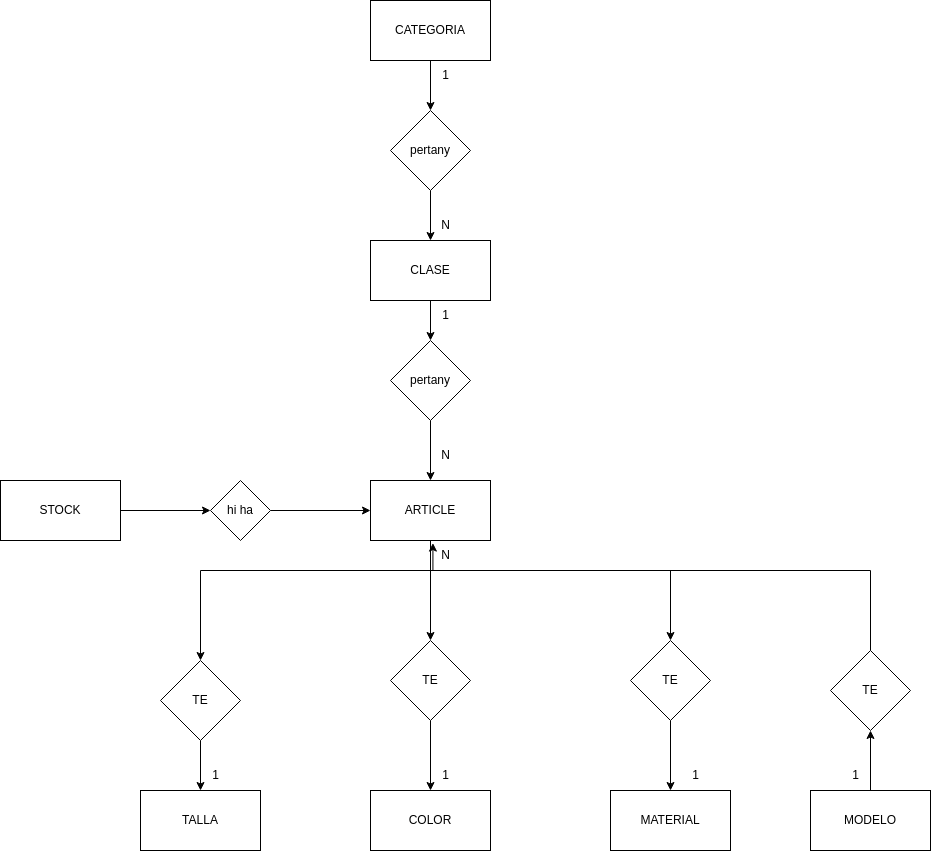
Earlier version of the draw.io export M02UF2-A8/E/R.drawio.png (laasso/BBDD_SQL). Source tidied: cells renumbered, new cells last; positions are measured from the earlier drawing's top-left corner, leaving out a move shared by most shapes.
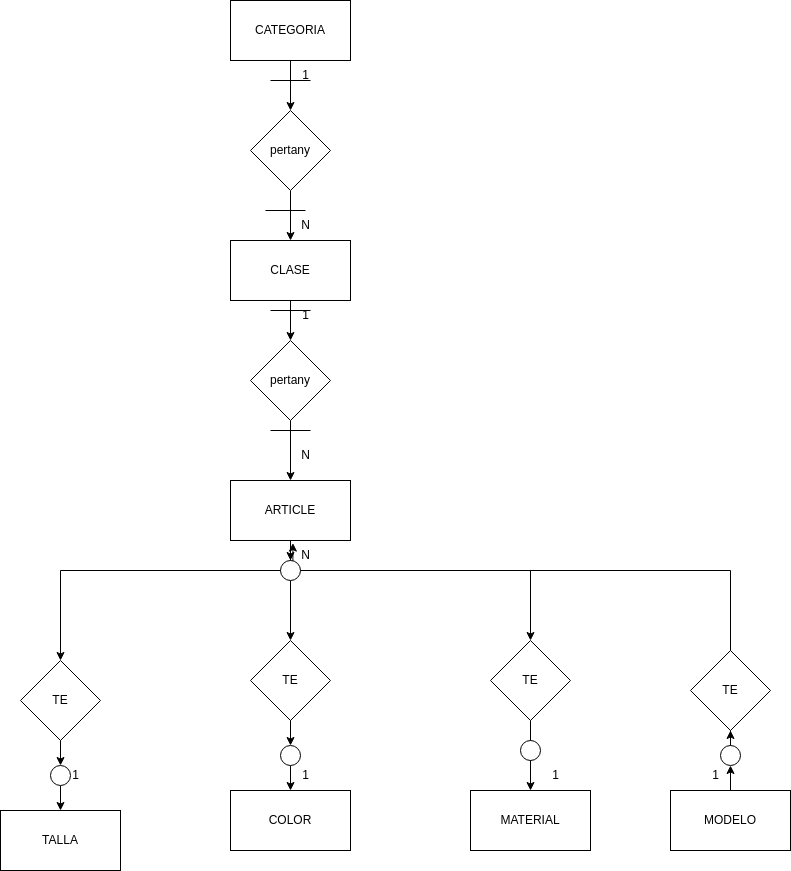
The same file after the commit.

What changed in the source:
```diff
@@ -26,7 +26,7 @@
     <mxCell id="9" value="N" style="text;html=1;align=center;verticalAlign=middle;strokeColor=none;fillColor=none;" parent="1" vertex="1">
       <mxGeometry x="430" y="210" width="30" height="30" as="geometry" />
     </mxCell>
-    <mxCell id="10" style="edgeStyle=orthogonalEdgeStyle;rounded=0;jettySize=auto;html=1;" parent="1" edge="1" source="13" target="24">
+    <mxCell id="10" style="edgeStyle=orthogonalEdgeStyle;rounded=0;jettySize=auto;html=1;" parent="1" edge="1" source="49" target="24">
       <mxGeometry relative="1" as="geometry" />
     </mxCell>
     <mxCell id="11" style="edgeStyle=orthogonalEdgeStyle;rounded=0;jettySize=auto;html=1;" parent="1" edge="1" source="13" target="28">
@@ -61,7 +61,7 @@
       <mxGeometry x="430" y="440" width="30" height="30" as="geometry" />
     </mxCell>
     <mxCell id="18" value="TALLA" style="whiteSpace=wrap;html=1;" parent="1" vertex="1">
-      <mxGeometry x="140" y="790" width="120" height="60" as="geometry" />
+      <mxGeometry x="140" y="810" width="120" height="60" as="geometry" />
     </mxCell>
     <mxCell id="19" value="COLOR" style="whiteSpace=wrap;html=1;" parent="1" vertex="1">
       <mxGeometry x="370" y="790" width="120" height="60" as="geometry" />
@@ -69,13 +69,7 @@
     <mxCell id="20" value="MATERIAL" style="whiteSpace=wrap;html=1;" parent="1" vertex="1">
       <mxGeometry x="610" y="790" width="120" height="60" as="geometry" />
     </mxCell>
-    <mxCell id="21" style="edgeStyle=orthogonalEdgeStyle;rounded=0;jettySize=auto;html=1;entryX=0;entryY=0.5;entryDx=0;entryDy=0;" parent="1" edge="1" source="22" target="34">
-      <mxGeometry relative="1" as="geometry" />
-    </mxCell>
-    <mxCell id="22" value="STOCK" style="whiteSpace=wrap;html=1;" parent="1" vertex="1">
-      <mxGeometry y="480" width="120" height="60" as="geometry" />
-    </mxCell>
-    <mxCell id="23" style="edgeStyle=orthogonalEdgeStyle;rounded=0;jettySize=auto;html=1;" parent="1" edge="1" source="24" target="19">
+    <mxCell id="23" style="edgeStyle=orthogonalEdgeStyle;rounded=0;jettySize=auto;html=1;" parent="1" edge="1" source="44" target="19">
       <mxGeometry relative="1" as="geometry" />
     </mxCell>
     <mxCell id="24" value="TE" style="rhombus;whiteSpace=wrap;html=1;" parent="1" vertex="1">
@@ -87,9 +81,9 @@
     <mxCell id="26" value="TE" style="rhombus;whiteSpace=wrap;html=1;" parent="1" vertex="1">
       <mxGeometry x="630" y="640" width="80" height="80" as="geometry" />
     </mxCell>
-    <mxCell id="27" style="edgeStyle=orthogonalEdgeStyle;rounded=0;jettySize=auto;html=1;" parent="1" edge="1" source="28" target="18">
-      <mxGeometry relative="1" as="geometry" />
-    </mxCell>
+    <mxCell id="40" style="edgeStyle=orthogonalEdgeStyle;rounded=0;jettySize=auto;html=1;entryX=0.5;entryY=0;entryDx=0;entryDy=0;" parent="1" edge="1" source="42" target="18">
+      <mxGeometry relative="1" as="geometry" />
+    </mxCell>
     <mxCell id="28" value="TE" style="rhombus;whiteSpace=wrap;html=1;" parent="1" vertex="1">
       <mxGeometry x="160" y="660" width="80" height="80" as="geometry" />
     </mxCell>
@@ -105,13 +99,7 @@
     <mxCell id="32" value="1" style="text;html=1;align=center;verticalAlign=middle;strokeColor=none;fillColor=none;" parent="1" vertex="1">
       <mxGeometry x="680" y="760" width="30" height="30" as="geometry" />
     </mxCell>
-    <mxCell id="33" style="edgeStyle=orthogonalEdgeStyle;rounded=0;jettySize=auto;html=1;entryX=0;entryY=0.5;entryDx=0;entryDy=0;" parent="1" edge="1" source="34" target="13">
-      <mxGeometry relative="1" as="geometry" />
-    </mxCell>
-    <mxCell id="34" value="hi ha" style="rhombus;whiteSpace=wrap;html=1;" parent="1" vertex="1">
-      <mxGeometry x="210" y="480" width="60" height="60" as="geometry" />
-    </mxCell>
-    <mxCell id="35" style="edgeStyle=orthogonalEdgeStyle;rounded=0;jettySize=auto;html=1;entryX=0.5;entryY=1;entryDx=0;entryDy=0;" parent="1" edge="1" source="36" target="37">
+    <mxCell id="35" style="edgeStyle=orthogonalEdgeStyle;rounded=0;jettySize=auto;html=1;entryX=0.5;entryY=1;entryDx=0;entryDy=0;" parent="1" edge="1" source="47" target="37">
       <mxGeometry relative="1" as="geometry" />
     </mxCell>
     <mxCell id="36" value="MODELO" style="whiteSpace=wrap;html=1;" parent="1" vertex="1">
@@ -131,5 +119,56 @@
     <mxCell id="39" value="1" style="text;html=1;align=center;verticalAlign=middle;strokeColor=none;fillColor=none;" parent="1" vertex="1">
       <mxGeometry x="840" y="760" width="30" height="30" as="geometry" />
     </mxCell>
+    <mxCell id="41" style="edgeStyle=orthogonalEdgeStyle;rounded=0;jettySize=auto;html=1;entryX=0.5;entryY=0;entryDx=0;entryDy=0;" parent="1" edge="1" source="28" target="42">
+      <mxGeometry relative="1" as="geometry" />
+    </mxCell>
+    <mxCell id="42" style="ellipse;whiteSpace=wrap;html=1;" parent="1" vertex="1">
+      <mxGeometry x="190" y="765" width="20" height="20" as="geometry" />
+    </mxCell>
+    <mxCell id="43" style="edgeStyle=orthogonalEdgeStyle;rounded=0;jettySize=auto;html=1;" parent="1" edge="1" source="24" target="44">
+      <mxGeometry relative="1" as="geometry" />
+    </mxCell>
+    <mxCell id="44" style="ellipse;whiteSpace=wrap;html=1;" parent="1" vertex="1">
+      <mxGeometry x="420" y="745" width="20" height="20" as="geometry" />
+    </mxCell>
+    <mxCell id="45" style="ellipse;whiteSpace=wrap;html=1;" parent="1" vertex="1">
+      <mxGeometry x="660" y="740" width="20" height="20" as="geometry" />
+    </mxCell>
+    <mxCell id="46" style="edgeStyle=orthogonalEdgeStyle;rounded=0;jettySize=auto;html=1;entryX=0.5;entryY=1;entryDx=0;entryDy=0;" parent="1" edge="1" source="36" target="47">
+      <mxGeometry relative="1" as="geometry" />
+    </mxCell>
+    <mxCell id="47" style="ellipse;whiteSpace=wrap;html=1;" parent="1" vertex="1">
+      <mxGeometry x="860" y="745" width="20" height="20" as="geometry" />
+    </mxCell>
+    <mxCell id="48" style="edgeStyle=orthogonalEdgeStyle;rounded=0;jettySize=auto;html=1;" parent="1" edge="1" source="13" target="49">
+      <mxGeometry relative="1" as="geometry" />
+    </mxCell>
+    <mxCell id="49" style="ellipse;whiteSpace=wrap;html=1;" parent="1" vertex="1">
+      <mxGeometry x="420" y="560" width="20" height="20" as="geometry" />
+    </mxCell>
+    <mxCell id="50" style="endArrow=none;html=1;rounded=0;" parent="1" edge="1">
+      <mxGeometry relative="1" as="geometry">
+        <mxPoint x="410" y="430" as="sourcePoint" />
+        <mxPoint x="450" y="430" as="targetPoint" />
+      </mxGeometry>
+    </mxCell>
+    <mxCell id="51" style="endArrow=none;html=1;rounded=0;" parent="1" edge="1">
+      <mxGeometry relative="1" as="geometry">
+        <mxPoint x="410" y="310" as="sourcePoint" />
+        <mxPoint x="450" y="310" as="targetPoint" />
+      </mxGeometry>
+    </mxCell>
+    <mxCell id="52" style="endArrow=none;html=1;rounded=0;" parent="1" edge="1">
+      <mxGeometry relative="1" as="geometry">
+        <mxPoint x="405" y="210" as="sourcePoint" />
+        <mxPoint x="445" y="210" as="targetPoint" />
+      </mxGeometry>
+    </mxCell>
+    <mxCell id="53" style="endArrow=none;html=1;rounded=0;" parent="1" edge="1">
+      <mxGeometry relative="1" as="geometry">
+        <mxPoint x="410" y="80" as="sourcePoint" />
+        <mxPoint x="450" y="80" as="targetPoint" />
+      </mxGeometry>
+    </mxCell>
   </root>
 </mxGraphModel>
```
